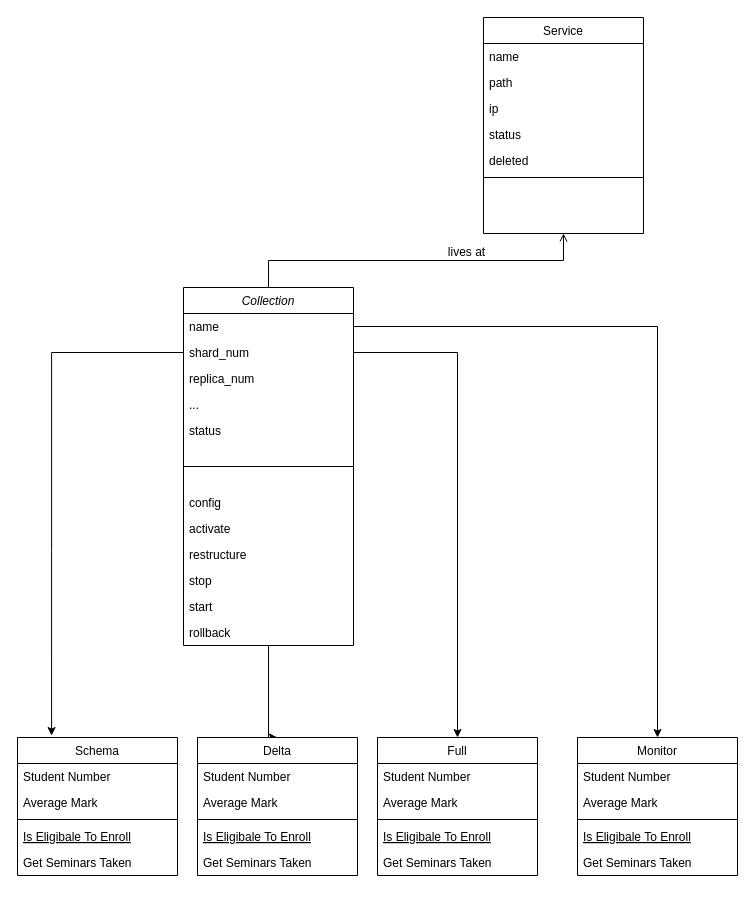
yindongjun/drawio-3 keeps this draw.io diagram as bos-uml类图.drawio. Above is the earlier version. Source tidied: cells renumbered, new cells numbered last; positions are measured from the earlier drawing's top-left corner, leaving out a move shared by most shapes. Both pictures are drawn from the tidied source at 100%, with x=0, y=0 at pixel (17, 17).
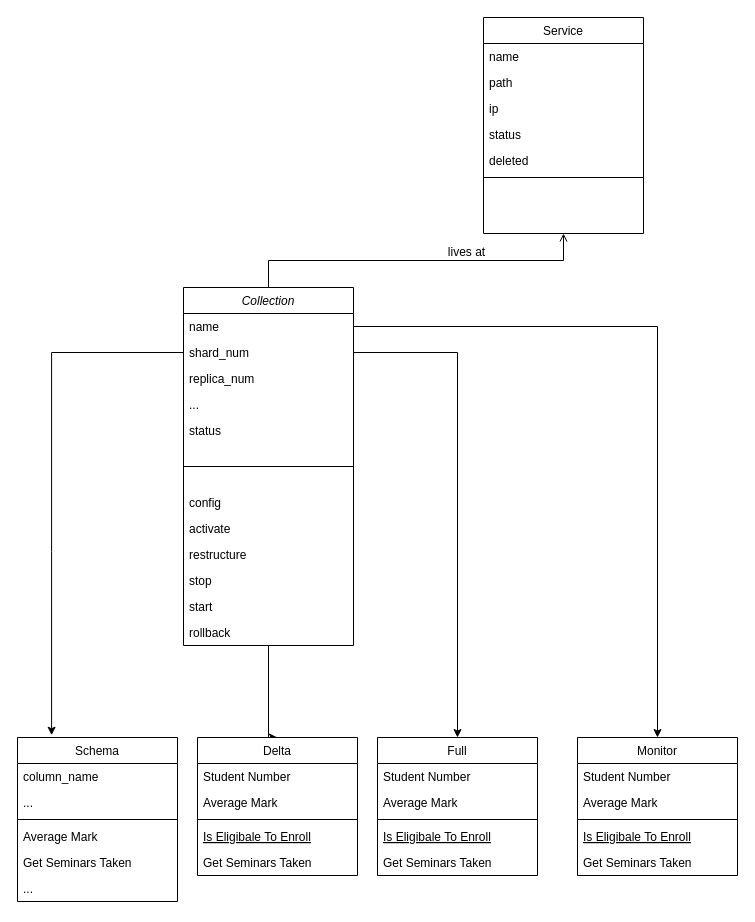
The same page after the edit.

Diff of the diagram source:
```diff
@@
     <mxCell id="28" value="Schema" style="swimlane;fontStyle=0;align=center;verticalAlign=top;horizontal=1;startSize=26;rounded=0;shadow=0;strokeWidth=1;" parent="1" vertex="1">
-      <mxGeometry y="720" width="160" height="138" as="geometry" />
+      <mxGeometry y="720" width="160" height="164" as="geometry" />
     </mxCell>
-    <mxCell id="29" value="Student Number" style="text;align=left;verticalAlign=top;spacingLeft=4;spacingRight=4;overflow=hidden;" parent="28" vertex="1">
+    <mxCell id="29" value="column_name" style="text;align=left;verticalAlign=top;spacingLeft=4;spacingRight=4;overflow=hidden;" parent="28" vertex="1">
       <mxGeometry y="26" width="160" height="26" as="geometry" />
     </mxCell>
-    <mxCell id="30" value="Average Mark" style="text;align=left;verticalAlign=top;spacingLeft=4;spacingRight=4;overflow=hidden;rounded=0;shadow=0;html=0;" parent="28" vertex="1">
+    <mxCell id="30" value="..." style="text;align=left;verticalAlign=top;spacingLeft=4;spacingRight=4;overflow=hidden;rounded=0;shadow=0;html=0;" parent="28" vertex="1">
       <mxGeometry y="52" width="160" height="26" as="geometry" />
     </mxCell>
@@
-    <mxCell id="32" value="Is Eligibale To Enroll" style="text;align=left;verticalAlign=top;spacingLeft=4;spacingRight=4;overflow=hidden;fontStyle=4;" parent="28" vertex="1">
-      <mxGeometry y="86" width="160" height="26" as="geometry" />
-    </mxCell>
+    <mxCell id="52" value="Average Mark" style="text;align=left;verticalAlign=top;spacingLeft=4;spacingRight=4;overflow=hidden;rounded=0;shadow=0;html=0;" parent="28" vertex="1">
+      <mxGeometry y="86" width="160" height="26" as="geometry" />
+    </mxCell>
@@
+    <mxCell id="53" value="..." style="text;align=left;verticalAlign=top;spacingLeft=4;spacingRight=4;overflow=hidden;rounded=0;shadow=0;html=0;" parent="28" vertex="1">
+      <mxGeometry y="138" width="160" height="26" as="geometry" />
+    </mxCell>
```
